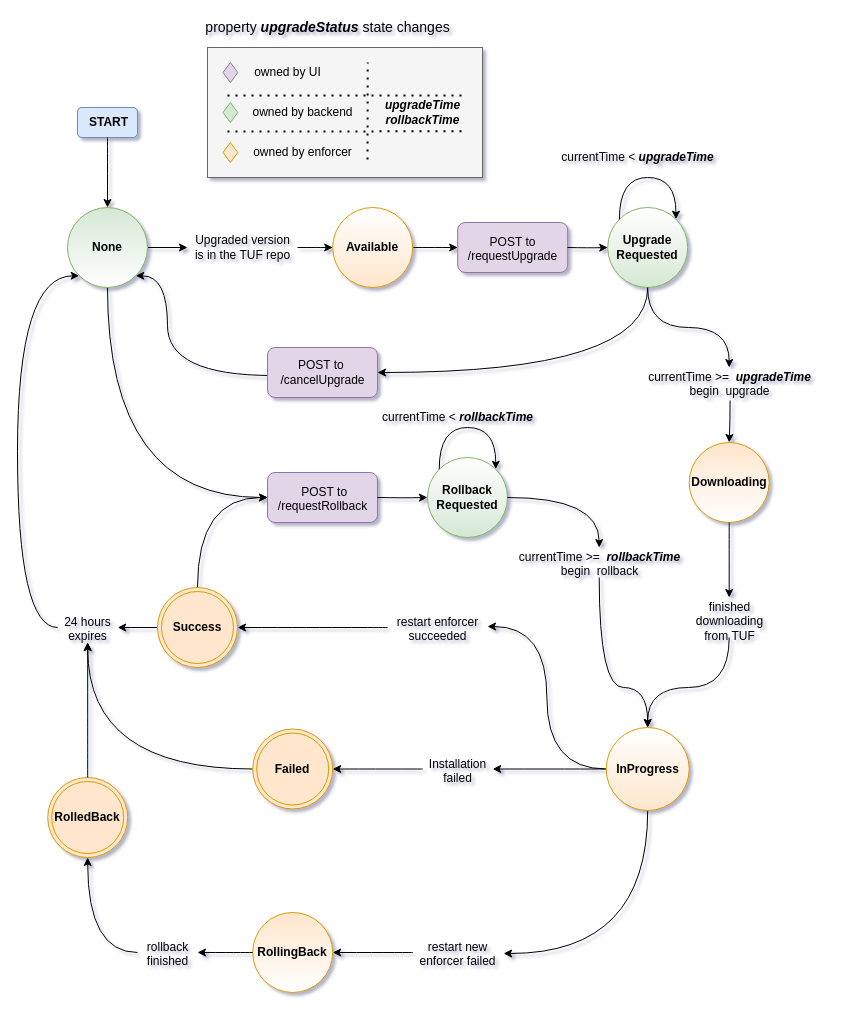
The draw.io diagram upgradeStatus.drawio in brianonn/drawio, before the edit. Source tidied: cells renumbered, new cells numbered last; positions are measured from the earlier drawing's top-left corner, leaving out a move shared by most shapes. Both pictures are drawn from the tidied source at 100%, with x=0, y=0 at pixel (17, 17).
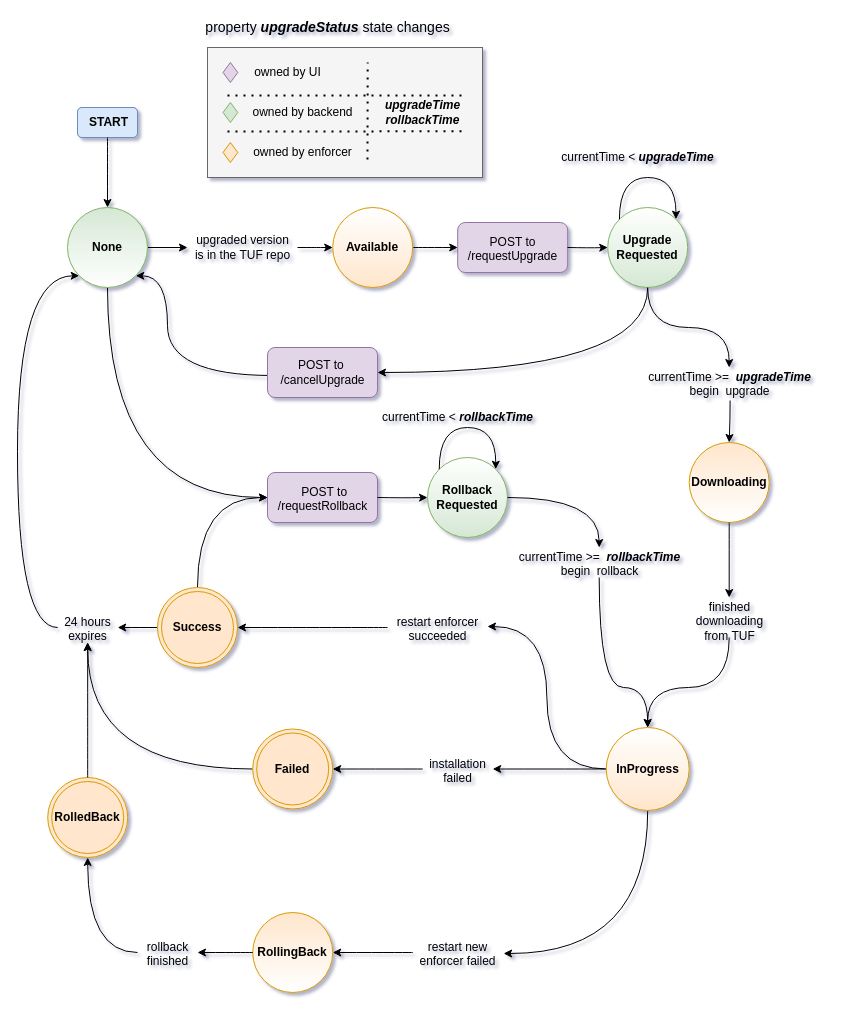
After the change.

Diff of the diagram source:
```diff
@@
-    <mxCell id="35" value="Installation&lt;br&gt;failed" style="text;html=1;points=[];align=center;verticalAlign=top;spacingTop=-4;direction=west;" parent="1" vertex="1">
+    <mxCell id="35" value="installation&lt;br&gt;failed" style="text;html=1;points=[];align=center;verticalAlign=top;spacingTop=-4;direction=west;" parent="1" vertex="1">
       <mxGeometry x="405.2" y="736.5" width="70" height="30" as="geometry" />
     </mxCell>
@@
-    <mxCell id="45" value="Upgraded version&lt;br&gt;is in the TUF repo" style="text;html=1;align=center;verticalAlign=middle;points=[];" parent="1" vertex="1">
+    <mxCell id="45" value="upgraded version&lt;br&gt;is in the TUF repo" style="text;html=1;align=center;verticalAlign=middle;points=[];" parent="1" vertex="1">
       <mxGeometry x="170" y="215" width="110" height="30" as="geometry" />
     </mxCell>
```
